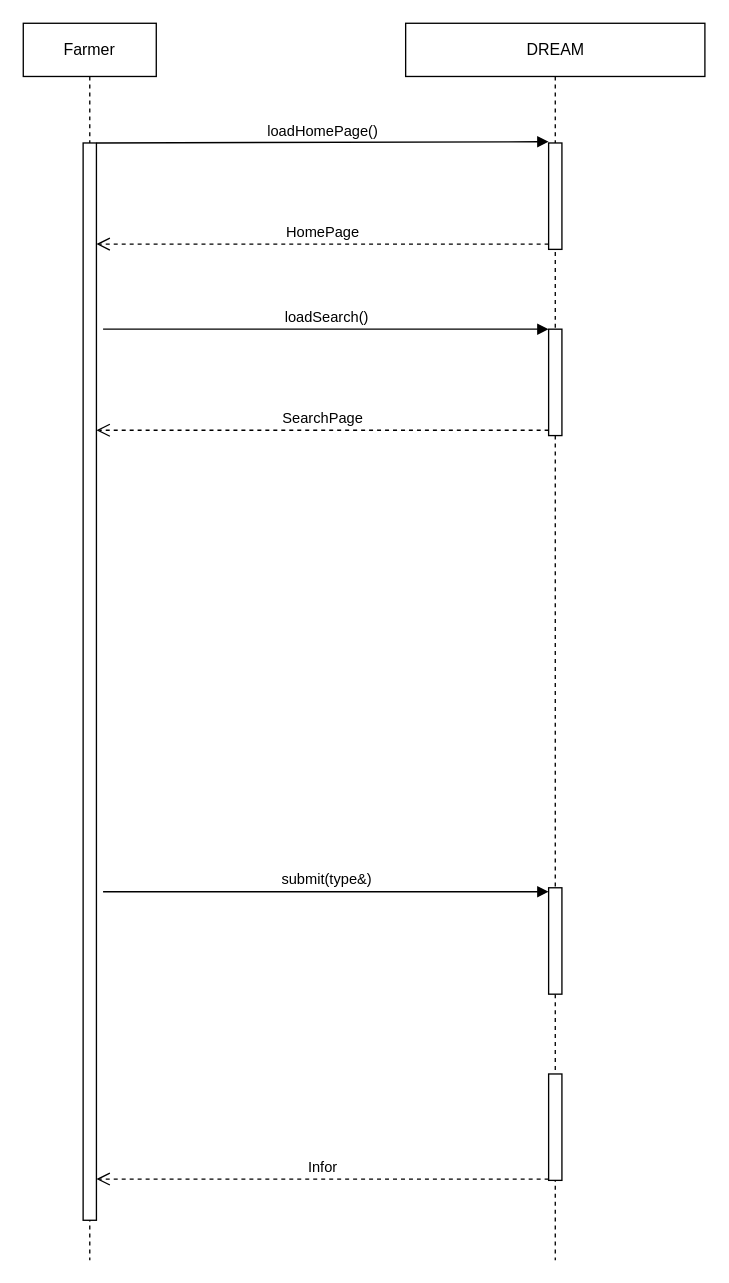
The draw.io diagram page "FarmerCheckInfo" (6 of 12) of RASD/diagrams/Sequence Diagram.drawio in ictar/DREAM-SE2-Project-2022, before the edit. Source tidied: cells renumbered, new cells numbered last; positions are measured from the earlier drawing's top-left corner, leaving out a move shared by most shapes. Both pictures are drawn from the tidied source at 133%, with x=0, y=0 at pixel (23, 23).
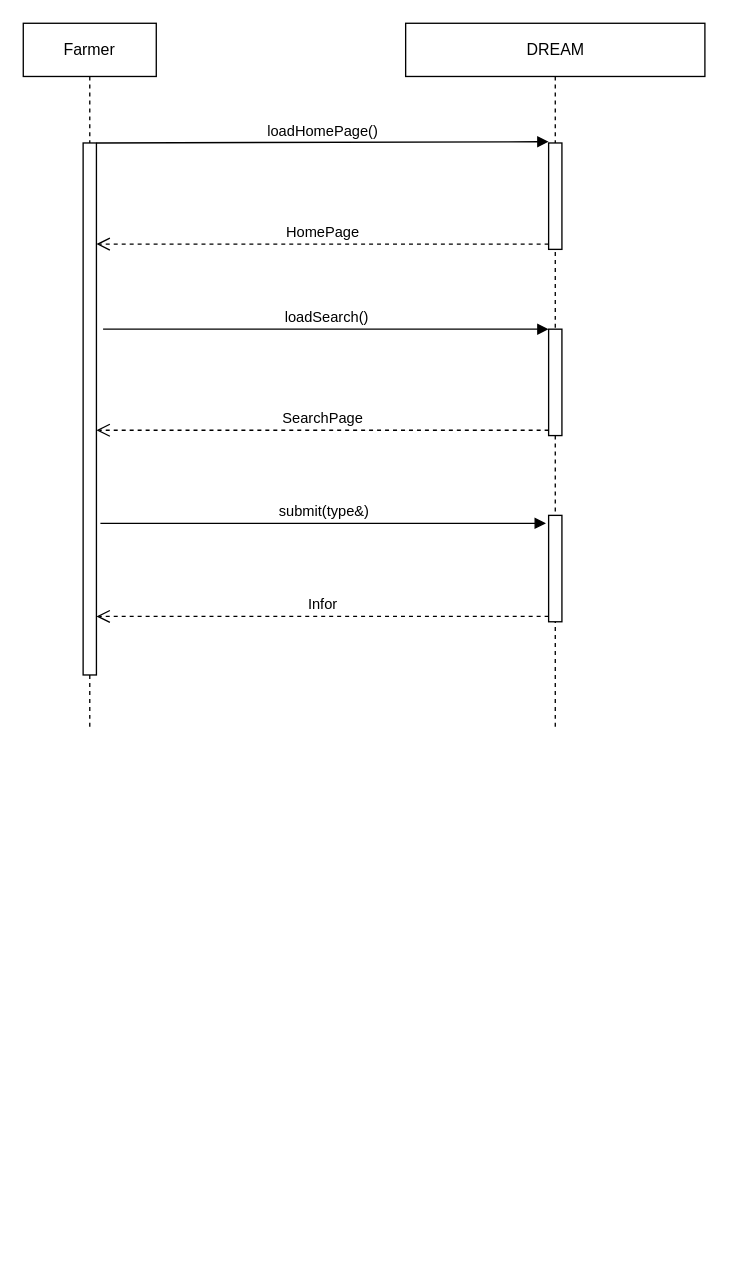
The same page after the edit.

Diff of the diagram source:
```diff
@@
 <mxGraphModel>
   <root>
     <mxCell id="0" />
     <mxCell id="1" parent="0" />
     <mxCell id="2" value="Farmer" style="shape=umlLifeline;perimeter=lifelinePerimeter;whiteSpace=wrap;html=1;" parent="1" vertex="1">
-      <mxGeometry width="100" height="930" as="geometry" />
+      <mxGeometry width="100" height="530" as="geometry" />
     </mxCell>
     <mxCell id="3" value="DREAM" style="shape=umlLifeline;perimeter=lifelinePerimeter;whiteSpace=wrap;html=1;" parent="1" vertex="1">
-      <mxGeometry x="287.5" width="225" height="930" as="geometry" />
+      <mxGeometry x="287.5" width="225" height="530" as="geometry" />
     </mxCell>
     <mxCell id="4" value="loadHomePage()" style="html=1;verticalAlign=bottom;endArrow=block;rounded=0;entryX=0;entryY=-0.012;entryDx=0;entryDy=0;entryPerimeter=0;" parent="1" edge="1" target="10">
       <mxGeometry relative="1" as="geometry">
         <mxPoint x="55" y="90" as="sourcePoint" />
       </mxGeometry>
     </mxCell>
     <mxCell id="5" value="HomePage" style="html=1;verticalAlign=bottom;endArrow=open;dashed=1;endSize=8;exitX=0;exitY=0.95;rounded=0;" parent="1" edge="1" source="10">
       <mxGeometry relative="1" as="geometry">
         <mxPoint x="55" y="166" as="targetPoint" />
       </mxGeometry>
     </mxCell>
     <mxCell id="6" value="loadSearch()" style="html=1;verticalAlign=bottom;endArrow=block;entryX=0;entryY=0;rounded=0;" parent="1" edge="1" target="11">
       <mxGeometry relative="1" as="geometry">
         <mxPoint x="60" y="230" as="sourcePoint" />
       </mxGeometry>
     </mxCell>
     <mxCell id="7" value="SearchPage" style="html=1;verticalAlign=bottom;endArrow=open;dashed=1;endSize=8;exitX=0;exitY=0.95;rounded=0;" parent="1" edge="1" source="11">
       <mxGeometry relative="1" as="geometry">
         <mxPoint x="55" y="306" as="targetPoint" />
       </mxGeometry>
     </mxCell>
     <mxCell id="8" value="submit(type&amp;amp;)" style="html=1;verticalAlign=bottom;endArrow=block;entryX=0;entryY=0;rounded=0;" parent="1" edge="1">
       <mxGeometry relative="1" as="geometry">
-        <mxPoint x="60" y="653" as="sourcePoint" />
-        <mxPoint x="395" y="653" as="targetPoint" />
+        <mxPoint x="58" y="376" as="sourcePoint" />
+        <mxPoint x="393" y="376" as="targetPoint" />
       </mxGeometry>
     </mxCell>
     <mxCell id="9" value="Infor" style="html=1;verticalAlign=bottom;endArrow=open;dashed=1;endSize=8;exitX=0;exitY=0.95;rounded=0;" parent="1" edge="1">
       <mxGeometry relative="1" as="geometry">
-        <mxPoint x="395" y="869" as="sourcePoint" />
-        <mxPoint x="55" y="869" as="targetPoint" />
+        <mxPoint x="395" y="446" as="sourcePoint" />
+        <mxPoint x="55" y="446" as="targetPoint" />
       </mxGeometry>
     </mxCell>
     <mxCell id="10" style="html=1;points=[];perimeter=orthogonalPerimeter;" parent="1" vertex="1">
       <mxGeometry x="395" y="90" width="10" height="80" as="geometry" />
     </mxCell>
     <mxCell id="11" style="html=1;points=[];perimeter=orthogonalPerimeter;" parent="1" vertex="1">
       <mxGeometry x="395" y="230" width="10" height="80" as="geometry" />
     </mxCell>
     <mxCell id="12" style="html=1;perimeter=orthogonalPerimeter;" parent="1" vertex="1">
-      <mxGeometry x="395" y="650" width="10" height="80" as="geometry" />
+      <mxGeometry x="395" y="370" width="10" height="80" as="geometry" />
     </mxCell>
-    <mxCell id="13" style="html=1;perimeter=orthogonalPerimeter;" parent="1" vertex="1">
-      <mxGeometry x="395" y="790" width="10" height="80" as="geometry" />
-    </mxCell>
     <mxCell id="14" style="html=1;perimeter=orthogonalPerimeter;" parent="1" vertex="1">
-      <mxGeometry x="45" y="90" width="10" height="810" as="geometry" />
+      <mxGeometry x="45" y="90" width="10" height="400" as="geometry" />
     </mxCell>
   </root>
 </mxGraphModel>
```
